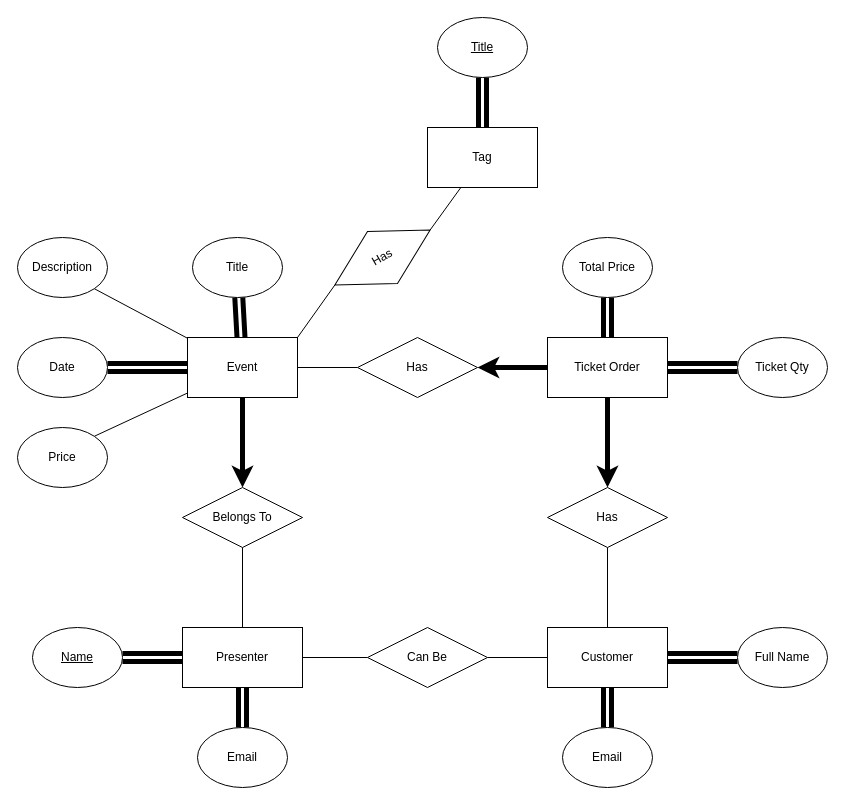
elleon003/Nucamp-SQL-Portfolio keeps this draw.io diagram as event_data_structure.drawio. Above is the earlier version. Source tidied: cells renumbered, new cells numbered last; positions are measured from the earlier drawing's top-left corner, leaving out a move shared by most shapes. Both pictures are drawn from the tidied source at 100%, with x=0, y=0 at pixel (17, 17).
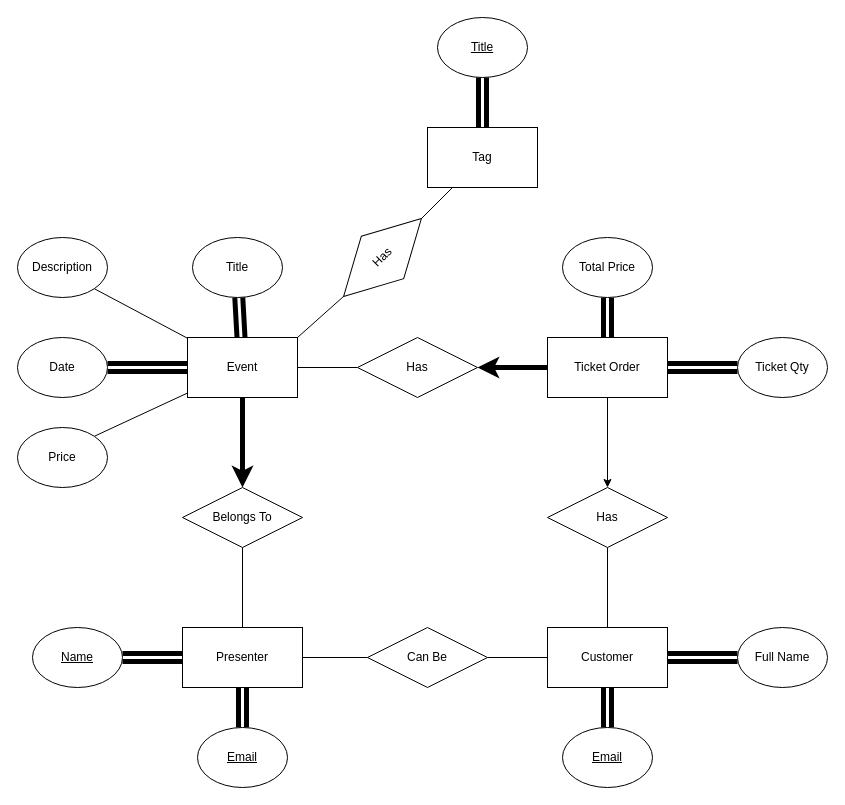
The same diagram, later.

The change refers to these unchanged cells:
```xml
<mxCell id="16" value="Ticket Order" style="rounded=0;whiteSpace=wrap;html=1;" parent="1" vertex="1">
  <mxGeometry x="530" y="320" width="120" height="60" as="geometry" />
</mxCell>
<mxCell id="37" value="Has" style="rhombus;whiteSpace=wrap;html=1;" parent="1" vertex="1">
  <mxGeometry x="530" y="470" width="120" height="60" as="geometry" />
</mxCell>
```

Diff of the diagram source:
```diff
@@
-    <mxCell id="15" style="edgeStyle=none;html=1;exitX=0.5;exitY=1;exitDx=0;exitDy=0;entryX=0.5;entryY=0;entryDx=0;entryDy=0;strokeWidth=5;startArrow=none;startFill=0;endArrow=classic;endFill=1;" parent="1" edge="1" source="16" target="37">
+    <mxCell id="15" style="edgeStyle=none;html=1;exitX=0.5;exitY=1;exitDx=0;exitDy=0;entryX=0.5;entryY=0;entryDx=0;entryDy=0;strokeWidth=1;startArrow=none;startFill=0;endArrow=classic;endFill=1;" parent="1" edge="1" source="16" target="37">
       <mxGeometry relative="1" as="geometry" />
     </mxCell>
@@
-    <mxCell id="28" value="Email" style="ellipse;whiteSpace=wrap;html=1;" parent="1" vertex="1">
+    <mxCell id="28" value="&lt;u&gt;Email&lt;/u&gt;" style="ellipse;whiteSpace=wrap;html=1;" parent="1" vertex="1">
       <mxGeometry x="180" y="710" width="90" height="60" as="geometry" />
     </mxCell>
-    <mxCell id="29" value="Email" style="ellipse;whiteSpace=wrap;html=1;" parent="1" vertex="1">
+    <mxCell id="29" value="&lt;u&gt;Email&lt;/u&gt;" style="ellipse;whiteSpace=wrap;html=1;" parent="1" vertex="1">
       <mxGeometry x="545" y="710" width="90" height="60" as="geometry" />
     </mxCell>
@@
-    <mxCell id="41" value="Has" style="rhombus;whiteSpace=wrap;html=1;rotation=-30;" parent="1" vertex="1">
+    <mxCell id="41" value="Has" style="rhombus;whiteSpace=wrap;html=1;rotation=-45;" parent="1" vertex="1">
       <mxGeometry x="310" y="210" width="110" height="60" as="geometry" />
     </mxCell>
```
